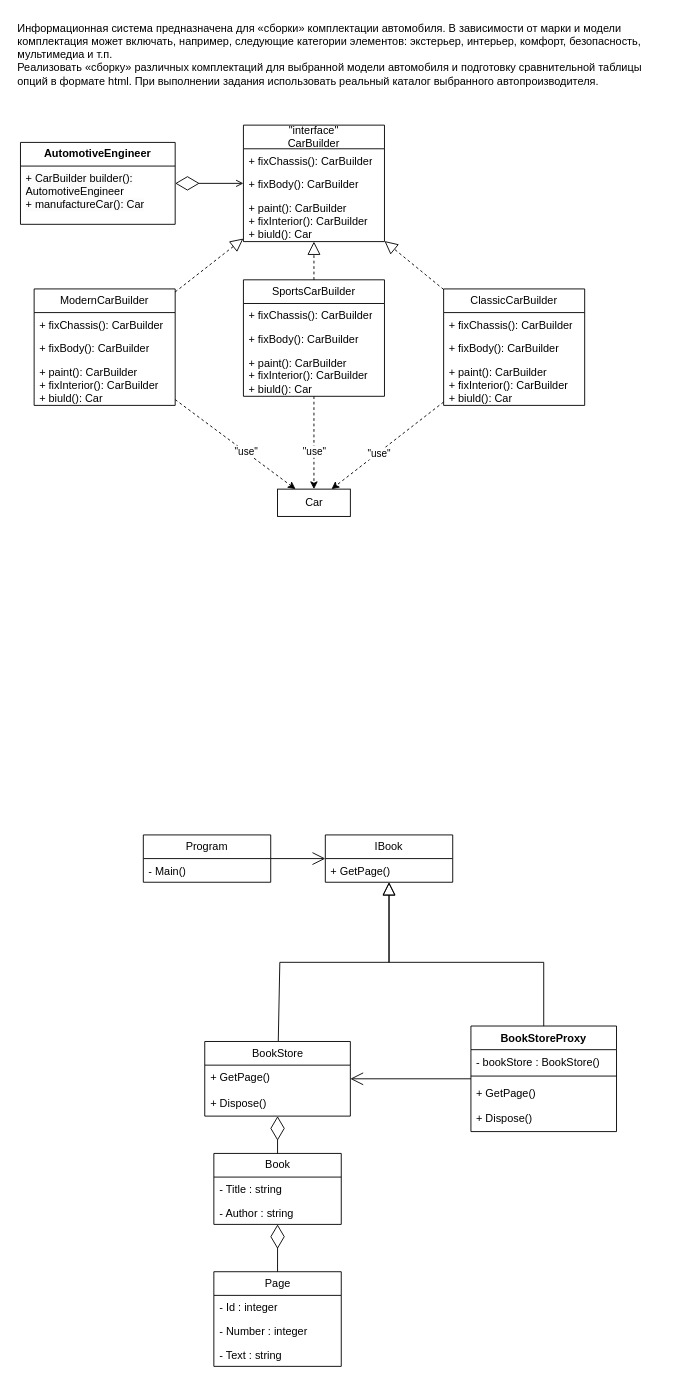
veradel/BEAUTY_GLAMOUR_932220 keeps this draw.io diagram as page "2 семестр" (2 of 2) of fist.lab.drawio. Above is the earlier version. Source tidied: cells renumbered, new cells numbered last; positions are measured from the earlier drawing's top-left corner, leaving out a move shared by most shapes. Both pictures are drawn from the tidied source at 91%, with x=0, y=0 at pixel (15, 15).
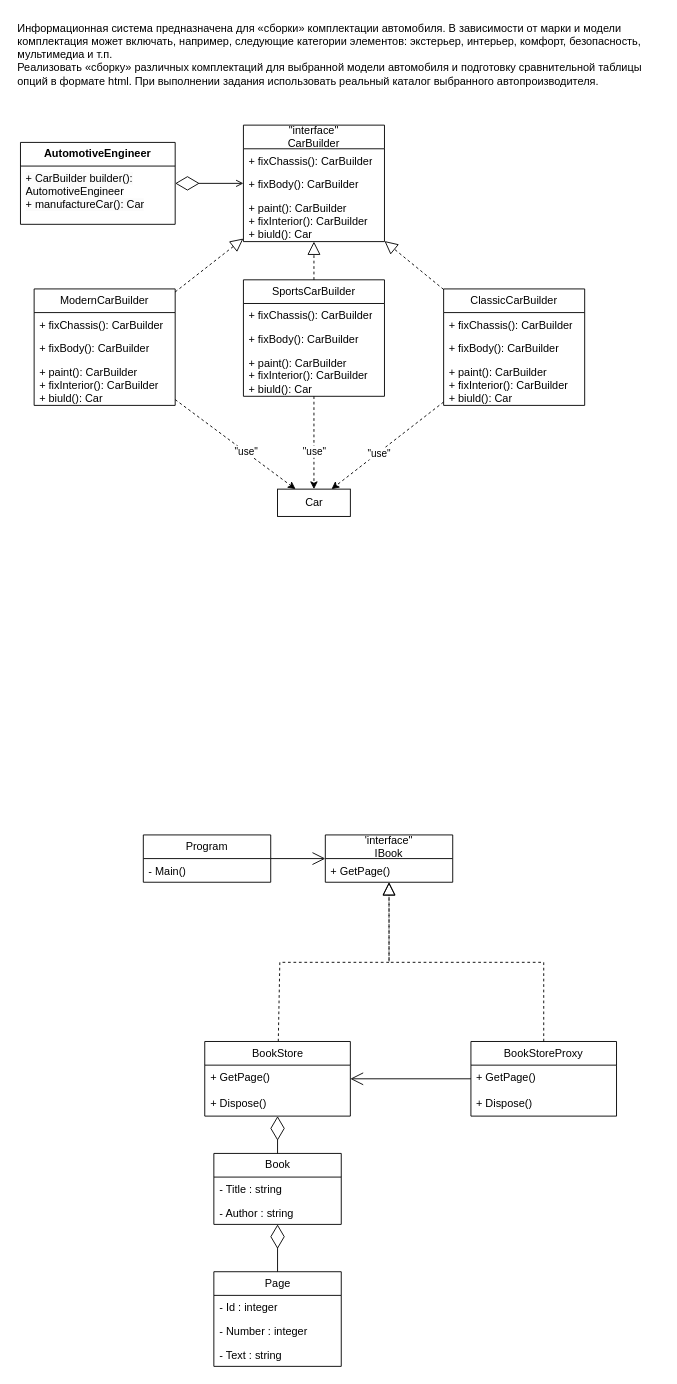
The same diagram, later.

Unchanged cells that the change refers to:
```xml
<mxCell id="49" value="&lt;span style=&quot;font-weight: 400;&quot;&gt;BookStore&lt;/span&gt;" style="swimlane;fontStyle=1;align=center;verticalAlign=top;horizontal=1;startSize=26;whiteSpace=wrap;html=1;" parent="1" vertex="1">
  <mxGeometry x="207.5" y="1127" width="160" height="82" as="geometry" />
</mxCell>
```

The edit, as a diff of the source:
```diff
@@
-    <mxCell id="34" value="IBook" style="swimlane;fontStyle=0;horizontal=1;startSize=26;fillColor=none;whiteSpace=wrap;html=1;" parent="1" vertex="1">
+    <mxCell id="34" value="'interface&quot;&lt;div&gt;&lt;span style=&quot;background-color: transparent; color: light-dark(rgb(0, 0, 0), rgb(255, 255, 255));&quot;&gt;IBook&lt;/span&gt;&lt;/div&gt;" style="swimlane;fontStyle=0;horizontal=1;startSize=26;fillColor=none;whiteSpace=wrap;html=1;" parent="1" vertex="1">
       <mxGeometry x="340" y="900" width="140" height="52" as="geometry" />
     </mxCell>
@@
-    <mxCell id="36" value="BookStoreProxy" style="swimlane;fontStyle=1;align=center;verticalAlign=top;horizontal=1;startSize=26;whiteSpace=wrap;html=1;" parent="1" vertex="1">
-      <mxGeometry x="500" y="1110" width="160" height="116" as="geometry" />
+    <mxCell id="36" value="&lt;span style=&quot;font-weight: normal;&quot;&gt;BookStoreProxy&lt;/span&gt;" style="swimlane;fontStyle=1;align=center;verticalAlign=top;horizontal=1;startSize=26;whiteSpace=wrap;html=1;" parent="1" vertex="1">
+      <mxGeometry x="500" y="1127" width="160" height="82" as="geometry" />
     </mxCell>
-    <mxCell id="37" value="- bookStore : BookStore()" style="text;strokeColor=none;fillColor=none;align=left;verticalAlign=top;spacingLeft=4;spacingRight=4;overflow=hidden;whiteSpace=wrap;html=1;" parent="36" vertex="1">
-      <mxGeometry y="26" width="160" height="24" as="geometry" />
-    </mxCell>
-    <mxCell id="38" style="line;strokeWidth=1;fillColor=none;align=left;verticalAlign=middle;spacingTop=-1;spacingLeft=3;spacingRight=3;labelPosition=right;strokeColor=inherit;" parent="36" vertex="1">
-      <mxGeometry y="50" width="160" height="10" as="geometry" />
-    </mxCell>
     <mxCell id="39" value="+ GetPage()" style="text;strokeColor=none;fillColor=none;align=left;verticalAlign=top;spacingLeft=4;spacingRight=4;overflow=hidden;whiteSpace=wrap;html=1;" parent="36" vertex="1">
-      <mxGeometry y="60" width="160" height="28" as="geometry" />
+      <mxGeometry y="26" width="160" height="28" as="geometry" />
     </mxCell>
     <mxCell id="40" value="+ Dispose()" style="text;strokeColor=none;fillColor=none;align=left;verticalAlign=top;spacingLeft=4;spacingRight=4;overflow=hidden;whiteSpace=wrap;html=1;" parent="36" vertex="1">
-      <mxGeometry y="88" width="160" height="28" as="geometry" />
+      <mxGeometry y="54" width="160" height="28" as="geometry" />
     </mxCell>
@@
-    <mxCell id="42" style="endArrow=block;endFill=0;endSize=12;html=1;rounded=0;" parent="1" edge="1" source="49" target="34">
+    <mxCell id="42" style="endArrow=block;endFill=0;endSize=12;html=1;rounded=0;dashed=1;" parent="1" edge="1" source="49" target="34">
       <mxGeometry relative="1" as="geometry">
         <Array as="points">
           <mxPoint x="290" y="1040" />
           <mxPoint x="410" y="1040" />
         </Array>
       </mxGeometry>
     </mxCell>
-    <mxCell id="43" style="endArrow=block;endFill=0;endSize=12;html=1;rounded=0;" parent="1" edge="1" source="36" target="34">
+    <mxCell id="43" style="endArrow=block;endFill=0;endSize=12;html=1;rounded=0;dashed=1;" parent="1" edge="1" source="36" target="34">
       <mxGeometry relative="1" as="geometry">
         <Array as="points">
           <mxPoint x="580" y="1040" />
           <mxPoint x="410" y="1040" />
         </Array>
       </mxGeometry>
     </mxCell>
```
